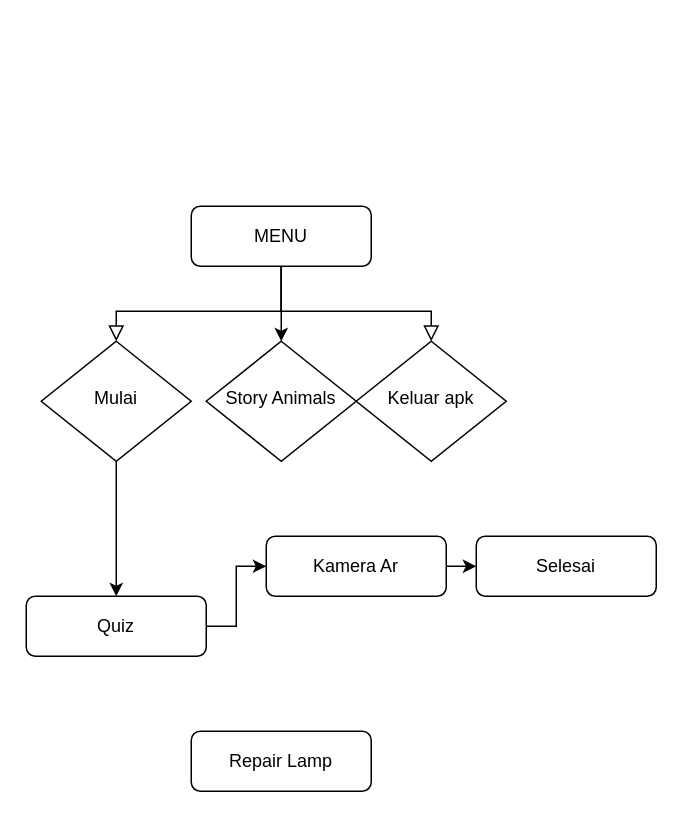
Above: GDD Ar Animals.drawio in EgaSuzana/Ar (draw.io), before the change. Source tidied: cells renumbered, new cells numbered last; positions are measured from the earlier drawing's top-left corner, leaving out a move shared by most shapes. Both pictures are drawn from the tidied source at 150%, with x=0, y=0 at pixel (26, 206).
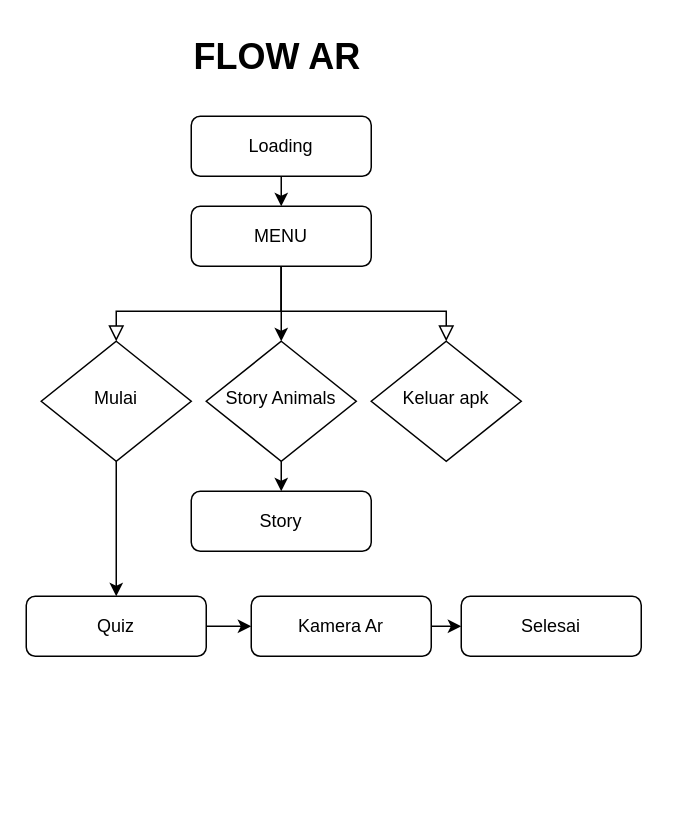
After the change.

Unchanged cells that the change refers to:
```xml
<mxCell id="2" value="MENU" style="rounded=1;whiteSpace=wrap;html=1;fontSize=12;glass=0;strokeWidth=1;shadow=0;" parent="1" vertex="1">
  <mxGeometry x="110" width="120" height="40" as="geometry" />
</mxCell>
<mxCell id="5" value="Quiz" style="rounded=1;whiteSpace=wrap;html=1;fontSize=12;glass=0;strokeWidth=1;shadow=0;" parent="1" vertex="1">
  <mxGeometry y="260" width="120" height="40" as="geometry" />
</mxCell>
<mxCell id="14" value="Story Animals" style="rhombus;whiteSpace=wrap;html=1;shadow=0;fontFamily=Helvetica;fontSize=12;align=center;strokeWidth=1;spacing=6;spacingTop=-4;" parent="1" vertex="1">
  <mxGeometry x="120" y="90" width="100" height="80" as="geometry" />
</mxCell>
```

Diff of the diagram source:
```diff
@@
-    <mxCell id="4" value="Repair Lamp" style="rounded=1;whiteSpace=wrap;html=1;fontSize=12;glass=0;strokeWidth=1;shadow=0;" parent="1" vertex="1">
-      <mxGeometry x="110" y="350" width="120" height="40" as="geometry" />
-    </mxCell>
@@
     <mxCell id="7" value="Keluar apk" style="rhombus;whiteSpace=wrap;html=1;shadow=0;fontFamily=Helvetica;fontSize=12;align=center;strokeWidth=1;spacing=6;spacingTop=-4;" parent="1" vertex="1">
-      <mxGeometry x="220" y="90" width="100" height="80" as="geometry" />
+      <mxGeometry x="230" y="90" width="100" height="80" as="geometry" />
     </mxCell>
     <mxCell id="8" style="rounded=0;html=1;jettySize=auto;fontSize=11;endArrow=block;endFill=0;endSize=8;strokeWidth=1;shadow=0;labelBackgroundColor=none;edgeStyle=orthogonalEdgeStyle;entryX=0.5;entryY=0;entryDx=0;entryDy=0;exitX=0.5;exitY=1;exitDx=0;exitDy=0;" parent="1" edge="1" source="2" target="7">
       <mxGeometry relative="1" as="geometry">
         <Array as="points">
           <mxPoint x="170" y="70" />
-          <mxPoint x="270" y="70" />
+          <mxPoint x="280" y="70" />
         </Array>
       </mxGeometry>
     </mxCell>
@@
     <mxCell id="10" value="Kamera Ar" style="rounded=1;whiteSpace=wrap;html=1;fontSize=12;glass=0;strokeWidth=1;shadow=0;" parent="1" vertex="1">
-      <mxGeometry x="160" y="220" width="120" height="40" as="geometry" />
+      <mxGeometry x="150" y="260" width="120" height="40" as="geometry" />
     </mxCell>
-    <mxCell id="11" style="endArrow=classic;html=1;rounded=0;exitX=1;exitY=0.5;exitDx=0;exitDy=0;entryX=0;entryY=0.5;entryDx=0;entryDy=0;" parent="1" edge="1" source="5" target="10">
-      <mxGeometry relative="1" as="geometry">
-        <Array as="points">
-          <mxPoint x="140" y="280" />
-          <mxPoint x="140" y="240" />
-        </Array>
-      </mxGeometry>
-    </mxCell>
     <mxCell id="12" value="Selesai" style="rounded=1;whiteSpace=wrap;html=1;fontSize=12;glass=0;strokeWidth=1;shadow=0;" parent="1" vertex="1">
-      <mxGeometry x="300" y="220" width="120" height="40" as="geometry" />
+      <mxGeometry x="290" y="260" width="120" height="40" as="geometry" />
     </mxCell>
@@
+    <mxCell id="16" value="Loading" style="rounded=1;whiteSpace=wrap;html=1;fontSize=12;glass=0;strokeWidth=1;shadow=0;" parent="1" vertex="1">
+      <mxGeometry x="110" y="-60" width="120" height="40" as="geometry" />
+    </mxCell>
+    <mxCell id="17" style="endArrow=classic;html=1;rounded=0;exitX=0.5;exitY=1;exitDx=0;exitDy=0;entryX=0.5;entryY=0;entryDx=0;entryDy=0;" parent="1" edge="1" source="16" target="2">
+      <mxGeometry relative="1" as="geometry" />
+    </mxCell>
+    <mxCell id="11" style="endArrow=classic;html=1;rounded=0;exitX=1;exitY=0.5;exitDx=0;exitDy=0;entryX=0;entryY=0.5;entryDx=0;entryDy=0;" parent="1" edge="1" source="5" target="10">
+      <mxGeometry relative="1" as="geometry" />
+    </mxCell>
+    <mxCell id="18" value="Story" style="rounded=1;whiteSpace=wrap;html=1;fontSize=12;glass=0;strokeWidth=1;shadow=0;" parent="1" vertex="1">
+      <mxGeometry x="110" y="190" width="120" height="40" as="geometry" />
+    </mxCell>
+    <mxCell id="19" style="endArrow=classic;html=1;rounded=0;entryX=0.5;entryY=0;entryDx=0;entryDy=0;exitX=0.5;exitY=1;exitDx=0;exitDy=0;" parent="1" edge="1" source="14" target="18">
+      <mxGeometry relative="1" as="geometry" />
+    </mxCell>
+    <mxCell id="20" value="&lt;h1 style=&quot;margin-top: 0px;&quot;&gt;FLOW AR&lt;/h1&gt;" style="text;html=1;whiteSpace=wrap;overflow=hidden;rounded=0;" parent="1" vertex="1">
+      <mxGeometry x="110" y="-120" width="140" height="50" as="geometry" />
+    </mxCell>
```
